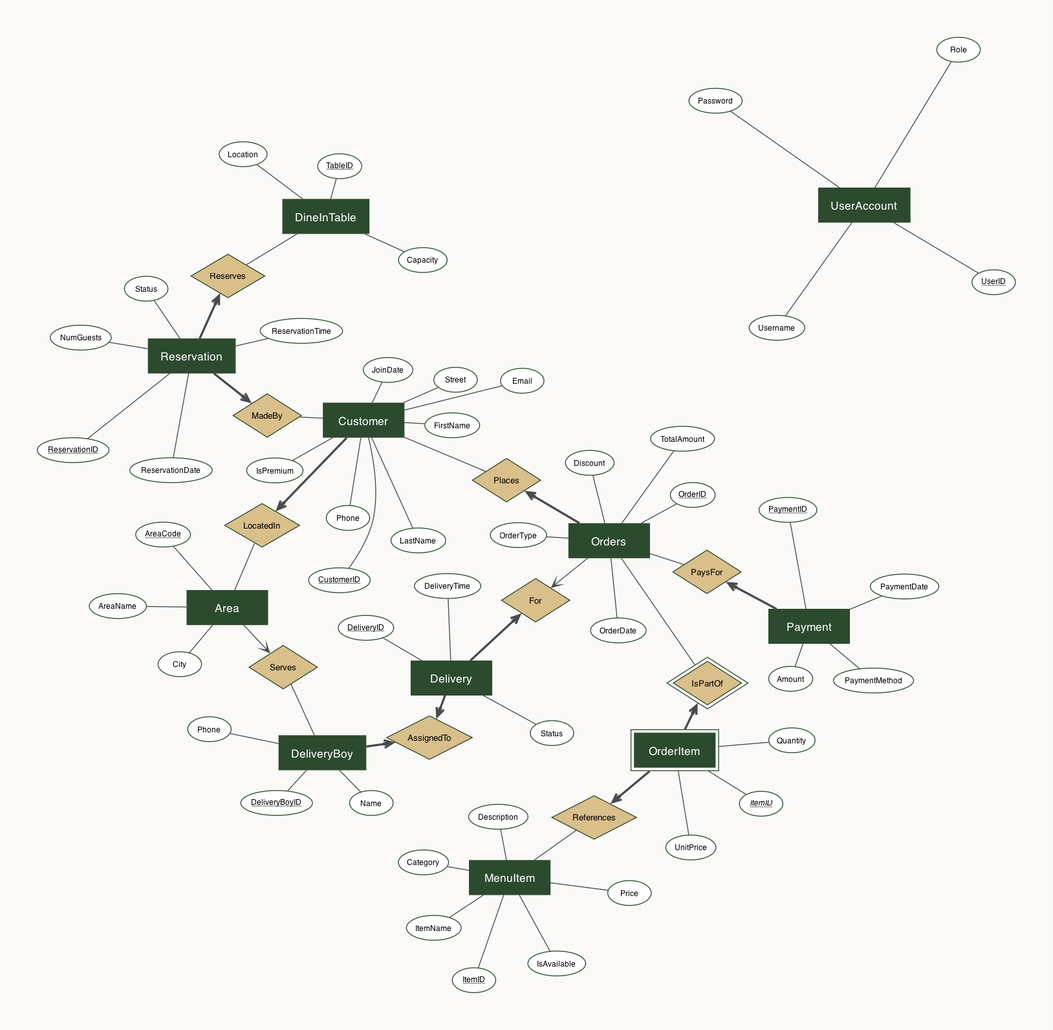
Above: docs/erd.png in alexspigler/restaurant-management-system (Graphviz), before the change. Its source is kept beside it as docs/erd.dot. Source of this version:
```dot

graph ERD {
    graph [
        bgcolor="#faf9f7",
        pad=0.6,
        overlap=false,
        splines=true,
        layout=fdp,
        sep="+12",
        K=0.9
    ];

    node [fontname="Helvetica", style=filled];
    edge [color="#4a4a4a", penwidth=1.0];

    node [shape=rectangle, fillcolor="#2c4a2e", color="#2c4a2e", fontcolor=white, fontsize=13, width=1.3, height=0.55, margin="0.2,0.1"];

    Area;
    Customer;
    MenuItem;
    DineInTable;
    DeliveryBoy;
    Orders;
    Delivery;
    Payment;
    Reservation;
    UserAccount;

    OrderItem [peripheries=2];

    node [shape=diamond, fillcolor="#d9bf8a", color="#2c4a2e", fontcolor=black, fontsize=10, width=1.1, height=0.7, margin="0.1,0.05", peripheries=1];

    R_Customer_Area        [label="LocatedIn"];
    R_DeliveryBoy_Area     [label="Serves"];
    R_Customer_Orders      [label="Places"];
    R_OrderItem_MenuItem   [label="References"];
    R_Delivery_Orders      [label="For"];
    R_Delivery_DeliveryBoy [label="AssignedTo"];
    R_Payment_Orders       [label="PaysFor"];
    R_Reservation_Customer [label="MadeBy"];
    R_Reservation_Table    [label="Reserves"];

    R_OrderItem_Orders [label="IsPartOf", peripheries=2];

    node [shape=ellipse, fillcolor=white, color="#2c4a2e", fontcolor=black, fontsize=9, width=0.7, height=0.4, margin="0.08,0.04", peripheries=1];

    Area_AreaCode [label=<<U>AreaCode</U>>];
    Area_AreaName [label="AreaName"];
    Area_City     [label="City"];

    Cust_ID        [label=<<U>CustomerID</U>>];
    Cust_First     [label="FirstName"];
    Cust_Last      [label="LastName"];
    Cust_Phone     [label="Phone"];
    Cust_Email     [label="Email"];
    Cust_Street    [label="Street"];
    Cust_Join      [label="JoinDate"];
    Cust_Premium   [label="IsPremium"];

    Menu_ID       [label=<<U>ItemID</U>>];
    Menu_Name     [label="ItemName"];
    Menu_Cat      [label="Category"];
    Menu_Desc     [label="Description"];
    Menu_Price    [label="Price"];
    Menu_Avail    [label="IsAvailable"];

    Table_ID    [label=<<U>TableID</U>>];
    Table_Cap   [label="Capacity"];
    Table_Loc   [label="Location"];

    DB_ID    [label=<<U>DeliveryBoyID</U>>];
    DB_Name  [label="Name"];
    DB_Phone [label="Phone"];

    Ord_ID     [label=<<U>OrderID</U>>];
    Ord_Date   [label="OrderDate"];
    Ord_Type   [label="OrderType"];
    Ord_Total  [label="TotalAmount"];
    Ord_Disc   [label="Discount"];

    OI_ItemID    [label=<<FONT><I><U>ItemID</U></I></FONT>>];
    OI_Qty       [label="Quantity"];
    OI_UnitPrice [label="UnitPrice"];

    Del_ID     [label=<<U>DeliveryID</U>>];
    Del_Time   [label="DeliveryTime"];
    Del_Status [label="Status"];

    Pay_ID     [label=<<U>PaymentID</U>>];
    Pay_Amount [label="Amount"];
    Pay_Method [label="PaymentMethod"];
    Pay_Date   [label="PaymentDate"];

    Res_ID       [label=<<U>ReservationID</U>>];
    Res_Date     [label="ReservationDate"];
    Res_Time     [label="ReservationTime"];
    Res_Guests   [label="NumGuests"];
    Res_Status   [label="Status"];

    UA_ID       [label=<<U>UserID</U>>];
    UA_Username [label="Username"];
    UA_Password [label="Password"];
    UA_Role     [label="Role"];

    Area -- {Area_AreaCode, Area_AreaName, Area_City};
    Customer -- {Cust_ID, Cust_First, Cust_Last, Cust_Phone, Cust_Email, Cust_Street, Cust_Join, Cust_Premium};
    MenuItem -- {Menu_ID, Menu_Name, Menu_Cat, Menu_Desc, Menu_Price, Menu_Avail};
    DineInTable -- {Table_ID, Table_Cap, Table_Loc};
    DeliveryBoy -- {DB_ID, DB_Name, DB_Phone};
    Orders -- {Ord_ID, Ord_Date, Ord_Type, Ord_Total, Ord_Disc};
    OrderItem -- {OI_ItemID, OI_Qty, OI_UnitPrice};
    Delivery -- {Del_ID, Del_Time, Del_Status};
    Payment -- {Pay_ID, Pay_Amount, Pay_Method, Pay_Date};
    Reservation -- {Res_ID, Res_Date, Res_Time, Res_Guests, Res_Status};
    UserAccount -- {UA_ID, UA_Username, UA_Password, UA_Role};


    Customer -- R_Customer_Area [penwidth=2.5, dir=forward, arrowhead=vee];
    Area     -- R_Customer_Area;

    DeliveryBoy -- R_DeliveryBoy_Area;
    Area        -- R_DeliveryBoy_Area [dir=forward, arrowhead=vee];

    Customer -- R_Customer_Orders;
    Orders   -- R_Customer_Orders [penwidth=2.5, dir=forward, arrowhead=vee];

    OrderItem -- R_OrderItem_Orders [penwidth=2.5, dir=forward, arrowhead=vee];
    Orders    -- R_OrderItem_Orders;

    OrderItem -- R_OrderItem_MenuItem [penwidth=2.5, dir=forward, arrowhead=vee];
    MenuItem  -- R_OrderItem_MenuItem;

    Delivery -- R_Delivery_Orders [penwidth=2.5, dir=forward, arrowhead=vee];
    Orders   -- R_Delivery_Orders [dir=forward, arrowhead=vee];

    Delivery    -- R_Delivery_DeliveryBoy [penwidth=2.5, dir=forward, arrowhead=vee];
    DeliveryBoy -- R_Delivery_DeliveryBoy [penwidth=2.5, dir=forward, arrowhead=vee];

    Payment -- R_Payment_Orders [penwidth=2.5, dir=forward, arrowhead=vee];
    Orders  -- R_Payment_Orders;

    Reservation -- R_Reservation_Customer [penwidth=2.5, dir=forward, arrowhead=vee];
    Customer    -- R_Reservation_Customer;

    Reservation -- R_Reservation_Table [penwidth=2.5, dir=forward, arrowhead=vee];
    DineInTable -- R_Reservation_Table;
}
```
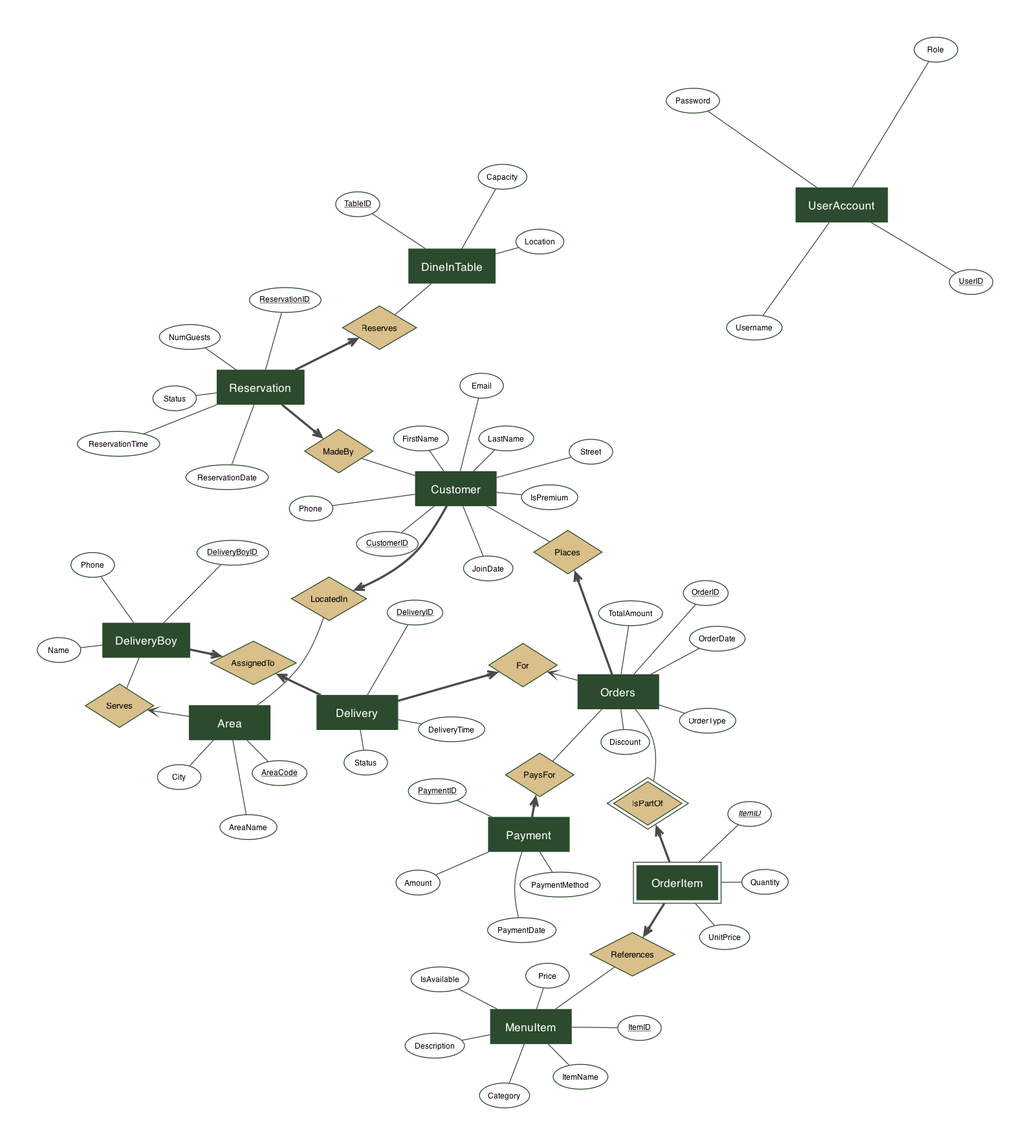
Later version of the same file.

Commit message:
change color background for ERD

Diff of the diagram source:
```diff
@@ -1,7 +1,7 @@
 
 graph ERD {
     graph [
-        bgcolor="#faf9f7",
+        bgcolor="white",
         pad=0.6,
         overlap=false,
         splines=true,
```
